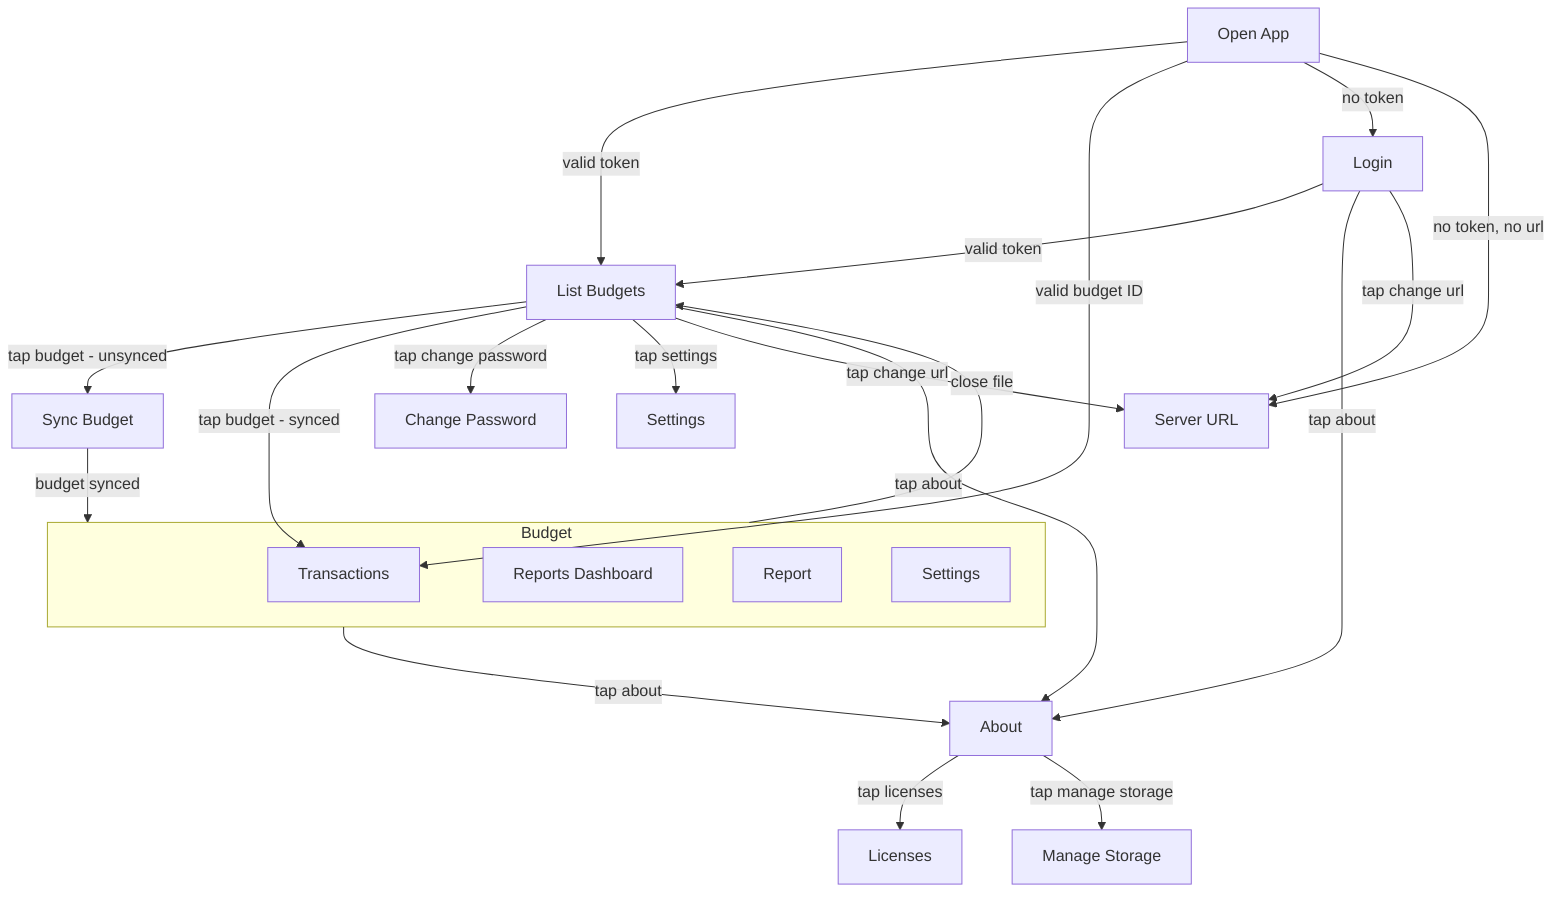
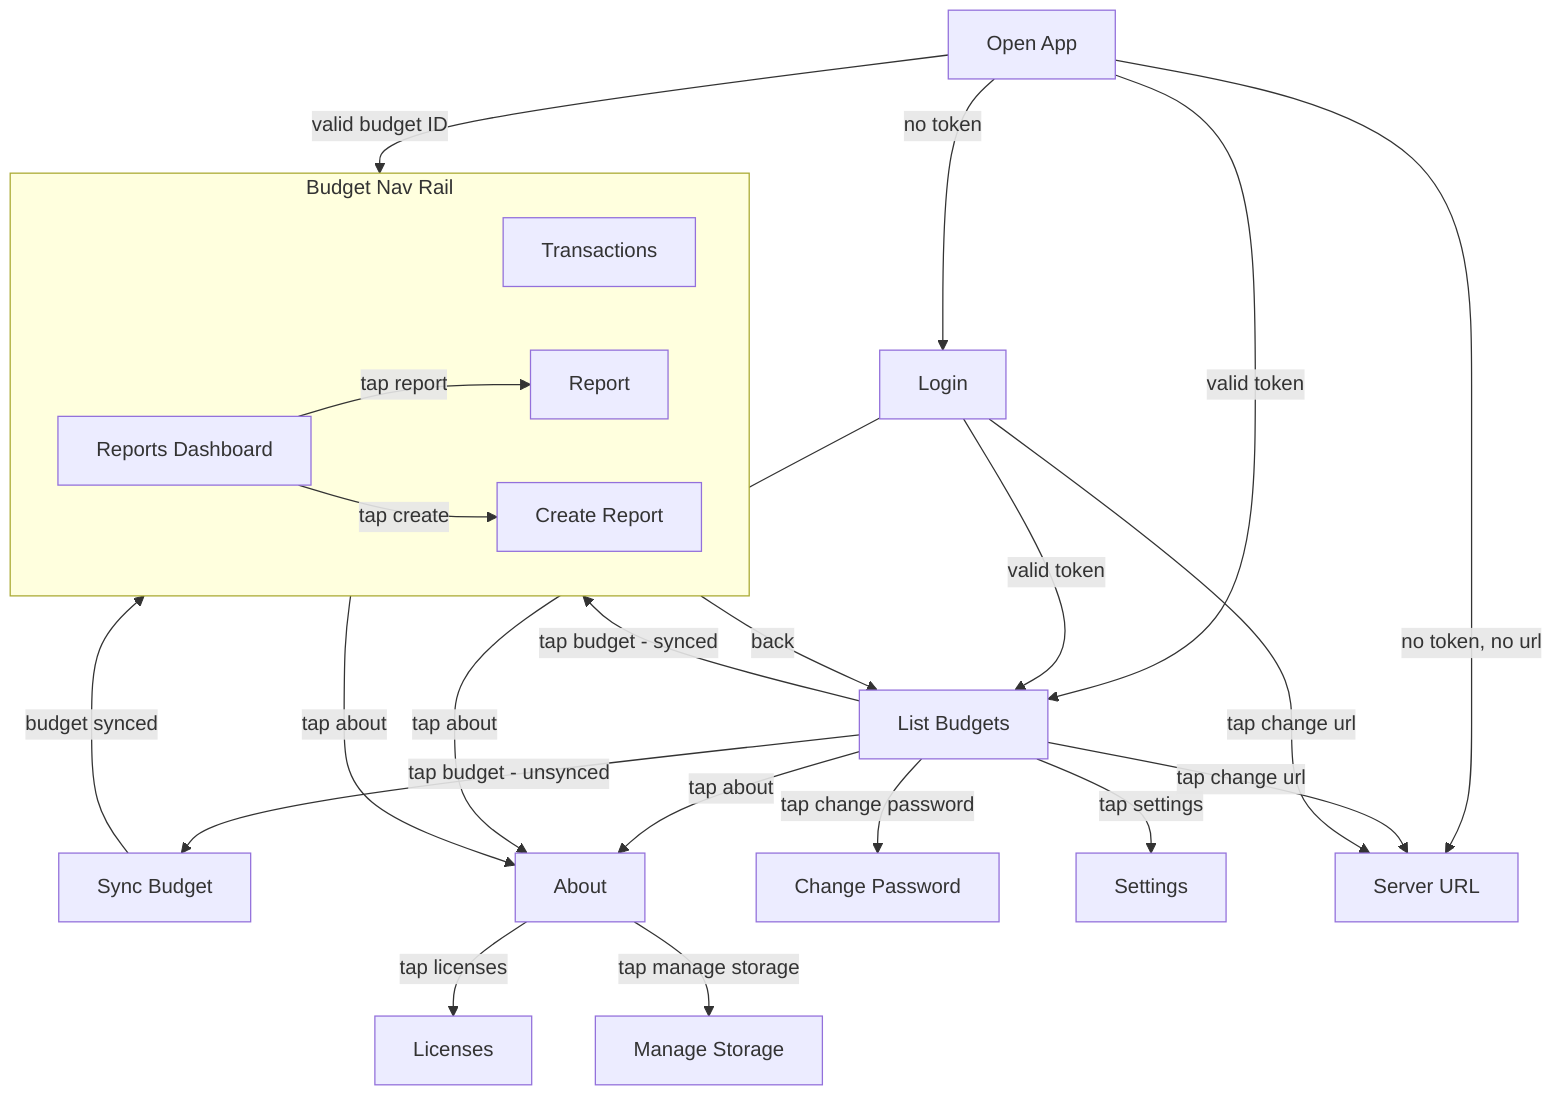
flowchart TD
  app["Open App"]
  budgetList["List Budgets"]
  budgetSync["Sync Budget"]
  info["About"]
  licenses["Licenses"]
  login["Login"]
  manageStorage["Manage Storage"]
  password["Change Password"]
  settings["Settings"]
  url["Server URL"]

-   subgraph budget["Budget"]
+   subgraph budgetNavRail["Budget Nav Rail"]
    transactions["Transactions"]
    reportsDashboard["Reports Dashboard"]
    report["Report"]
-     budgetSettings["Settings"]
+     createReport["Create Report"]
  end

  app --valid token--> budgetList
-   app --valid budget ID--> transactions
+   app --valid budget ID--> budgetNavRail
  app --no token--> login
  app --no token, no url--> url

  budgetList --tap budget - unsynced--> budgetSync
-   budgetList --tap budget - synced--> transactions
+   budgetList --tap budget - synced--> budgetNavRail
  budgetList --tap change password--> password
  budgetList --tap settings--> settings
  budgetList --tap change url--> url
  budgetList --tap about--> info

-   budgetSync --budget synced--> budget
+   budgetSync --budget synced--> budgetNavRail

  info --tap licenses--> licenses
  info --tap manage storage--> manageStorage

  login --valid token--> budgetList
  login --tap about--> info
  login --tap change url--> url

-   budget --close file--> budgetList
-   budget --tap about--> info
+   budgetNavRail --back--> budgetList
+   budgetNavRail --tap about--> info
+ 
+   reportsDashboard --tap report--> report
+   reportsDashboard --tap create--> createReport
